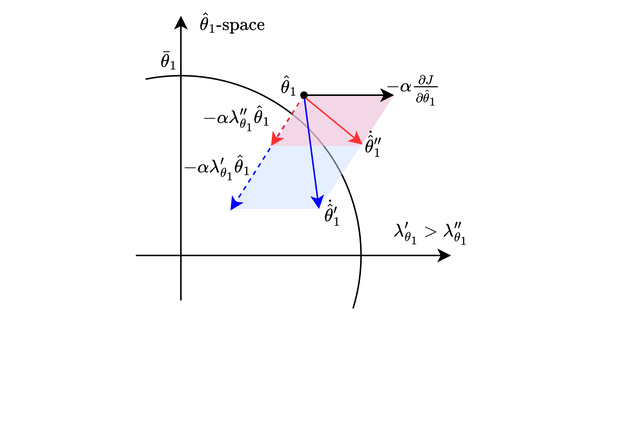
KAIST-MIC-Lab/CONAC keeps this draw.io diagram as src/figures/lambda_effect.drawio.png. Above is the earlier version. Source tidied: cells renumbered, new cells last; positions are measured from the earlier drawing's top-left corner, leaving out a move shared by most shapes. Its diagram source:
```xml
<mxGraphModel math="1">
  <root>
    <mxCell id="0" />
    <mxCell id="1" parent="0" />
    <mxCell id="2" style="endArrow=classic;html=1;rounded=0;" parent="1" edge="1">
      <mxGeometry relative="1" as="geometry">
        <mxPoint x="90" y="170" as="sourcePoint" />
        <mxPoint x="300" y="170" as="targetPoint" />
      </mxGeometry>
    </mxCell>
    <mxCell id="3" style="endArrow=classic;html=1;rounded=0;" parent="1" edge="1">
      <mxGeometry relative="1" as="geometry">
        <mxPoint x="120" y="200" as="sourcePoint" />
        <mxPoint x="120" y="10" as="targetPoint" />
      </mxGeometry>
    </mxCell>
    <mxCell id="4" style="verticalLabelPosition=bottom;verticalAlign=top;html=1;shape=mxgraph.basic.arc;startAngle=0.9685835209054994;endAngle=0.29762653033017156;fillColor=none;strokeColor=#000000;" parent="1" vertex="1">
      <mxGeometry y="50" width="240" height="240" as="geometry" />
    </mxCell>
    <mxCell id="5" value="plane" parent="0" />
    <mxCell id="6" style="shape=parallelogram;perimeter=parallelogramPerimeter;whiteSpace=wrap;html=1;fixedSize=1;size=50;fillColor=#CEE0FF;strokeColor=none;opacity=50;" parent="5" vertex="1">
      <mxGeometry x="153" y="63" width="109" height="76" as="geometry" />
    </mxCell>
    <mxCell id="7" style="shape=parallelogram;perimeter=parallelogramPerimeter;whiteSpace=wrap;html=1;fixedSize=1;size=22;fillColor=#FFBFD0;strokeColor=none;fillStyle=auto;opacity=50;" parent="5" vertex="1">
      <mxGeometry x="181" y="63" width="81" height="34" as="geometry" />
    </mxCell>
    <mxCell id="8" value="Untitled Layer" parent="0" />
    <mxCell id="9" style="endArrow=classic;html=1;rounded=0;fillColor=#e51400;strokeColor=#0000FF;dashed=1;" parent="8" edge="1">
      <mxGeometry relative="1" as="geometry">
        <mxPoint x="202" y="63" as="sourcePoint" />
        <mxPoint x="153" y="140" as="targetPoint" />
      </mxGeometry>
    </mxCell>
    <mxCell id="10" style="endArrow=classic;html=1;rounded=0;" parent="8" edge="1">
      <mxGeometry relative="1" as="geometry">
        <mxPoint x="202" y="63" as="sourcePoint" />
        <mxPoint x="262" y="63" as="targetPoint" />
      </mxGeometry>
    </mxCell>
    <mxCell id="11" style="endArrow=classic;html=1;rounded=0;fillColor=#d5e8d4;strokeColor=#FF3333;dashed=1;" parent="8" edge="1">
      <mxGeometry relative="1" as="geometry">
        <mxPoint x="202" y="63" as="sourcePoint" />
        <mxPoint x="180" y="97" as="targetPoint" />
      </mxGeometry>
    </mxCell>
    <mxCell id="12" style="endArrow=classic;html=1;rounded=0;strokeColor=light-dark(#0000ff, #ededed);" parent="8" edge="1">
      <mxGeometry relative="1" as="geometry">
        <mxPoint x="202" y="63" as="sourcePoint" />
        <mxPoint x="212" y="139" as="targetPoint" />
      </mxGeometry>
    </mxCell>
    <mxCell id="13" style="endArrow=classic;html=1;rounded=0;strokeColor=light-dark(#ff3333, #ededed);" parent="8" edge="1">
      <mxGeometry relative="1" as="geometry">
        <mxPoint x="202" y="64" as="sourcePoint" />
        <mxPoint x="241" y="96" as="targetPoint" />
      </mxGeometry>
    </mxCell>
    <mxCell id="14" style="ellipse;whiteSpace=wrap;html=1;fillColor=#000000;" parent="8" vertex="1">
      <mxGeometry x="200" y="61" width="4" height="4" as="geometry" />
    </mxCell>
    <mxCell id="15" value="math" parent="0" />
    <mxCell id="16" value="$$\lambda_{\theta_1}' &amp;gt; \lambda_{\theta_1}''$$" style="text;html=1;align=center;verticalAlign=middle;strokeColor=none;fillColor=none;fontSize=12;horizontal=1;fontFamily=Times New Roman;" parent="15" vertex="1">
      <mxGeometry x="156" y="140" width="260" height="30" as="geometry" />
    </mxCell>
    <mxCell id="17" value="$$\hat\theta_1$$" style="text;html=1;align=center;verticalAlign=middle;strokeColor=none;fillColor=none;fontSize=12;horizontal=1;fontFamily=Times New Roman;" parent="15" vertex="1">
      <mxGeometry x="142" y="42" width="100" height="30" as="geometry" />
    </mxCell>
    <mxCell id="18" value="$$-\alpha\tfrac{\partial J}{\partial \hat\theta_1}$$" style="text;html=1;align=center;verticalAlign=middle;strokeColor=none;fillColor=none;fontSize=12;horizontal=1;fontFamily=Times New Roman;" parent="15" vertex="1">
      <mxGeometry x="145" y="45" width="260" height="30" as="geometry" />
    </mxCell>
    <mxCell id="19" value="$$-\alpha\lambda_{\theta_1}' \hat\theta_1$$" style="text;html=1;align=center;verticalAlign=middle;strokeColor=none;fillColor=none;fontSize=12;horizontal=1;fontFamily=Times New Roman;" parent="15" vertex="1">
      <mxGeometry x="24" y="96" width="240" height="30" as="geometry" />
    </mxCell>
    <mxCell id="20" value="$$\dot{\hat\theta}'_1$$" style="text;html=1;align=center;verticalAlign=middle;strokeColor=none;fillColor=none;fontSize=12;horizontal=1;fontFamily=Times New Roman;" parent="15" vertex="1">
      <mxGeometry x="151" y="126" width="140" height="30" as="geometry" />
    </mxCell>
    <mxCell id="21" value="$$\hat\theta_1\text{-space}$$" style="text;html=1;align=center;verticalAlign=middle;strokeColor=none;fillColor=none;fontSize=12;horizontal=1;fontFamily=Times New Roman;" parent="15" vertex="1">
      <mxGeometry x="69" width="170" height="30" as="geometry" />
    </mxCell>
    <mxCell id="22" value="$$-\alpha\lambda_{\theta_1}'' \hat\theta_1$$" style="text;html=1;align=center;verticalAlign=middle;strokeColor=none;fillColor=none;fontSize=12;horizontal=1;fontFamily=Times New Roman;" parent="15" vertex="1">
      <mxGeometry x="37" y="63" width="240" height="30" as="geometry" />
    </mxCell>
    <mxCell id="23" value="$$\dot{\hat\theta}''_1$$" style="text;html=1;align=center;verticalAlign=middle;strokeColor=none;fillColor=none;fontSize=12;horizontal=1;fontFamily=Times New Roman;" parent="15" vertex="1">
      <mxGeometry x="178" y="80" width="140" height="30" as="geometry" />
    </mxCell>
    <mxCell id="24" value="$$\bar\theta_1$$" style="text;html=1;align=center;verticalAlign=middle;strokeColor=none;fillColor=none;fontSize=12;horizontal=1;fontFamily=Times New Roman;" parent="15" vertex="1">
      <mxGeometry x="62" y="25" width="100" height="30" as="geometry" />
    </mxCell>
  </root>
</mxGraphModel>
```
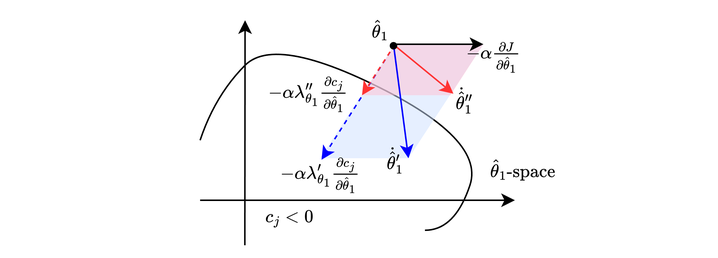
After the change.

Diff of the diagram source:
```diff
@@ -10,81 +10,87 @@
     </mxCell>
     <mxCell id="3" style="endArrow=classic;html=1;rounded=0;" parent="1" edge="1">
       <mxGeometry relative="1" as="geometry">
-        <mxPoint x="120" y="200" as="sourcePoint" />
-        <mxPoint x="120" y="10" as="targetPoint" />
+        <mxPoint x="119.8" y="200" as="sourcePoint" />
+        <mxPoint x="120" y="50" as="targetPoint" />
       </mxGeometry>
     </mxCell>
-    <mxCell id="4" style="verticalLabelPosition=bottom;verticalAlign=top;html=1;shape=mxgraph.basic.arc;startAngle=0.9685835209054994;endAngle=0.29762653033017156;fillColor=none;strokeColor=#000000;" parent="1" vertex="1">
-      <mxGeometry y="50" width="240" height="240" as="geometry" />
-    </mxCell>
+    <mxCell id="25" style="curved=1;endArrow=none;html=1;rounded=0;startFill=0;" parent="1" edge="1">
+      <mxGeometry relative="1" as="geometry">
+        <mxPoint x="90" y="130" as="sourcePoint" />
+        <mxPoint x="240" y="190" as="targetPoint" />
+        <Array as="points">
+          <mxPoint x="100" y="100" />
+          <mxPoint x="140" y="60" />
+          <mxPoint x="280" y="130" />
+          <mxPoint x="260" y="190" />
+        </Array>
+      </mxGeometry>
+    </mxCell>
     <mxCell id="5" value="plane" parent="0" />
     <mxCell id="6" style="shape=parallelogram;perimeter=parallelogramPerimeter;whiteSpace=wrap;html=1;fixedSize=1;size=50;fillColor=#CEE0FF;strokeColor=none;opacity=50;" parent="5" vertex="1">
-      <mxGeometry x="153" y="63" width="109" height="76" as="geometry" />
+      <mxGeometry x="170" y="66" width="109" height="76" as="geometry" />
     </mxCell>
     <mxCell id="7" style="shape=parallelogram;perimeter=parallelogramPerimeter;whiteSpace=wrap;html=1;fixedSize=1;size=22;fillColor=#FFBFD0;strokeColor=none;fillStyle=auto;opacity=50;" parent="5" vertex="1">
-      <mxGeometry x="181" y="63" width="81" height="34" as="geometry" />
+      <mxGeometry x="198" y="66" width="81" height="34" as="geometry" />
     </mxCell>
     <mxCell id="8" value="Untitled Layer" parent="0" />
     <mxCell id="9" style="endArrow=classic;html=1;rounded=0;fillColor=#e51400;strokeColor=#0000FF;dashed=1;" parent="8" edge="1">
       <mxGeometry relative="1" as="geometry">
-        <mxPoint x="202" y="63" as="sourcePoint" />
-        <mxPoint x="153" y="140" as="targetPoint" />
+        <mxPoint x="220" y="66" as="sourcePoint" />
+        <mxPoint x="171" y="143" as="targetPoint" />
       </mxGeometry>
     </mxCell>
     <mxCell id="10" style="endArrow=classic;html=1;rounded=0;" parent="8" edge="1">
       <mxGeometry relative="1" as="geometry">
-        <mxPoint x="202" y="63" as="sourcePoint" />
-        <mxPoint x="262" y="63" as="targetPoint" />
+        <mxPoint x="219" y="66" as="sourcePoint" />
+        <mxPoint x="279" y="66" as="targetPoint" />
       </mxGeometry>
     </mxCell>
     <mxCell id="11" style="endArrow=classic;html=1;rounded=0;fillColor=#d5e8d4;strokeColor=#FF3333;dashed=1;" parent="8" edge="1">
       <mxGeometry relative="1" as="geometry">
-        <mxPoint x="202" y="63" as="sourcePoint" />
-        <mxPoint x="180" y="97" as="targetPoint" />
+        <mxPoint x="220" y="66" as="sourcePoint" />
+        <mxPoint x="198" y="100" as="targetPoint" />
       </mxGeometry>
     </mxCell>
     <mxCell id="12" style="endArrow=classic;html=1;rounded=0;strokeColor=light-dark(#0000ff, #ededed);" parent="8" edge="1">
       <mxGeometry relative="1" as="geometry">
-        <mxPoint x="202" y="63" as="sourcePoint" />
-        <mxPoint x="212" y="139" as="targetPoint" />
+        <mxPoint x="219" y="66" as="sourcePoint" />
+        <mxPoint x="229" y="142" as="targetPoint" />
       </mxGeometry>
     </mxCell>
     <mxCell id="13" style="endArrow=classic;html=1;rounded=0;strokeColor=light-dark(#ff3333, #ededed);" parent="8" edge="1">
       <mxGeometry relative="1" as="geometry">
-        <mxPoint x="202" y="64" as="sourcePoint" />
-        <mxPoint x="241" y="96" as="targetPoint" />
+        <mxPoint x="220" y="67" as="sourcePoint" />
+        <mxPoint x="259" y="99" as="targetPoint" />
       </mxGeometry>
     </mxCell>
     <mxCell id="14" style="ellipse;whiteSpace=wrap;html=1;fillColor=#000000;" parent="8" vertex="1">
-      <mxGeometry x="200" y="61" width="4" height="4" as="geometry" />
+      <mxGeometry x="217" y="65" width="4" height="4" as="geometry" />
     </mxCell>
     <mxCell id="15" value="math" parent="0" />
-    <mxCell id="16" value="$$\lambda_{\theta_1}' &amp;gt; \lambda_{\theta_1}''$$" style="text;html=1;align=center;verticalAlign=middle;strokeColor=none;fillColor=none;fontSize=12;horizontal=1;fontFamily=Times New Roman;" parent="15" vertex="1">
-      <mxGeometry x="156" y="140" width="260" height="30" as="geometry" />
-    </mxCell>
     <mxCell id="17" value="$$\hat\theta_1$$" style="text;html=1;align=center;verticalAlign=middle;strokeColor=none;fillColor=none;fontSize=12;horizontal=1;fontFamily=Times New Roman;" parent="15" vertex="1">
-      <mxGeometry x="142" y="42" width="100" height="30" as="geometry" />
+      <mxGeometry x="160" y="42" width="100" height="30" as="geometry" />
     </mxCell>
-    <mxCell id="18" value="$$-\alpha\tfrac{\partial J}{\partial \hat\theta_1}$$" style="text;html=1;align=center;verticalAlign=middle;strokeColor=none;fillColor=none;fontSize=12;horizontal=1;fontFamily=Times New Roman;" parent="15" vertex="1">
-      <mxGeometry x="145" y="45" width="260" height="30" as="geometry" />
+    <mxCell id="18" value="$$-\alpha\tfrac{\partial J}{\partial \widehat{\theta}_1}$$" style="text;html=1;align=center;verticalAlign=middle;strokeColor=none;fillColor=none;fontSize=12;horizontal=1;fontFamily=Times New Roman;" parent="15" vertex="1">
+      <mxGeometry x="136" y="60" width="300" height="30" as="geometry" />
     </mxCell>
-    <mxCell id="19" value="$$-\alpha\lambda_{\theta_1}' \hat\theta_1$$" style="text;html=1;align=center;verticalAlign=middle;strokeColor=none;fillColor=none;fontSize=12;horizontal=1;fontFamily=Times New Roman;" parent="15" vertex="1">
-      <mxGeometry x="24" y="96" width="240" height="30" as="geometry" />
+    <mxCell id="19" value="$$-\alpha\lambda_{\theta_1}' \tfrac{\partial c_j}{\partial \widehat{\theta}_1}$$" style="text;html=1;align=center;verticalAlign=middle;strokeColor=none;fillColor=none;fontSize=12;horizontal=1;fontFamily=Times New Roman;" parent="15" vertex="1">
+      <mxGeometry x="-35" y="138" width="410" height="30" as="geometry" />
     </mxCell>
     <mxCell id="20" value="$$\dot{\hat\theta}'_1$$" style="text;html=1;align=center;verticalAlign=middle;strokeColor=none;fillColor=none;fontSize=12;horizontal=1;fontFamily=Times New Roman;" parent="15" vertex="1">
-      <mxGeometry x="151" y="126" width="140" height="30" as="geometry" />
+      <mxGeometry x="150" y="128" width="140" height="30" as="geometry" />
     </mxCell>
     <mxCell id="21" value="$$\hat\theta_1\text{-space}$$" style="text;html=1;align=center;verticalAlign=middle;strokeColor=none;fillColor=none;fontSize=12;horizontal=1;fontFamily=Times New Roman;" parent="15" vertex="1">
-      <mxGeometry x="69" width="170" height="30" as="geometry" />
+      <mxGeometry x="220" y="135" width="170" height="30" as="geometry" />
     </mxCell>
-    <mxCell id="22" value="$$-\alpha\lambda_{\theta_1}'' \hat\theta_1$$" style="text;html=1;align=center;verticalAlign=middle;strokeColor=none;fillColor=none;fontSize=12;horizontal=1;fontFamily=Times New Roman;" parent="15" vertex="1">
-      <mxGeometry x="37" y="63" width="240" height="30" as="geometry" />
+    <mxCell id="22" value="$$-\alpha\lambda_{\theta_1}'' \tfrac{\partial c_j}{\partial \widehat{\theta}_1}$$" style="text;html=1;align=center;verticalAlign=middle;strokeColor=none;fillColor=none;fontSize=12;horizontal=1;fontFamily=Times New Roman;" parent="15" vertex="1">
+      <mxGeometry x="-43" y="84" width="410" height="30" as="geometry" />
     </mxCell>
     <mxCell id="23" value="$$\dot{\hat\theta}''_1$$" style="text;html=1;align=center;verticalAlign=middle;strokeColor=none;fillColor=none;fontSize=12;horizontal=1;fontFamily=Times New Roman;" parent="15" vertex="1">
-      <mxGeometry x="178" y="80" width="140" height="30" as="geometry" />
+      <mxGeometry x="196" y="88" width="140" height="30" as="geometry" />
     </mxCell>
-    <mxCell id="24" value="$$\bar\theta_1$$" style="text;html=1;align=center;verticalAlign=middle;strokeColor=none;fillColor=none;fontSize=12;horizontal=1;fontFamily=Times New Roman;" parent="15" vertex="1">
-      <mxGeometry x="62" y="25" width="100" height="30" as="geometry" />
+    <mxCell id="24" value="$$c_j&amp;lt;0$$" style="text;html=1;align=center;verticalAlign=middle;strokeColor=none;fillColor=none;fontSize=12;horizontal=1;fontFamily=Times New Roman;" parent="15" vertex="1">
+      <mxGeometry x="115" y="166" width="70" height="30" as="geometry" />
     </mxCell>
   </root>
 </mxGraphModel>
```
